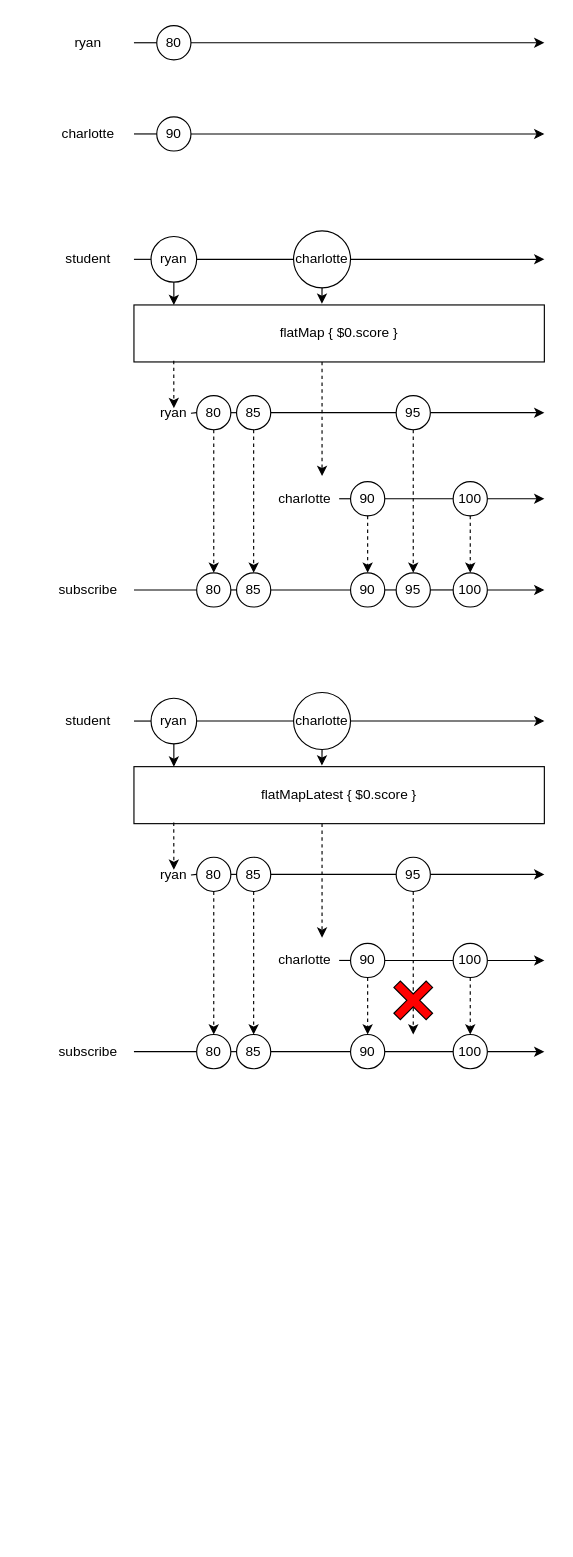
Before: Apple/RxSwift/OperatorPractice.drawio in dev-wimes/TIL, a draw.io diagram. Source tidied: cells renumbered, new cells numbered last; positions are measured from the earlier drawing's top-left corner, leaving out a move shared by most shapes. Both pictures are drawn from the tidied source at 114%, with x=0, y=0 at pixel (54, 19).
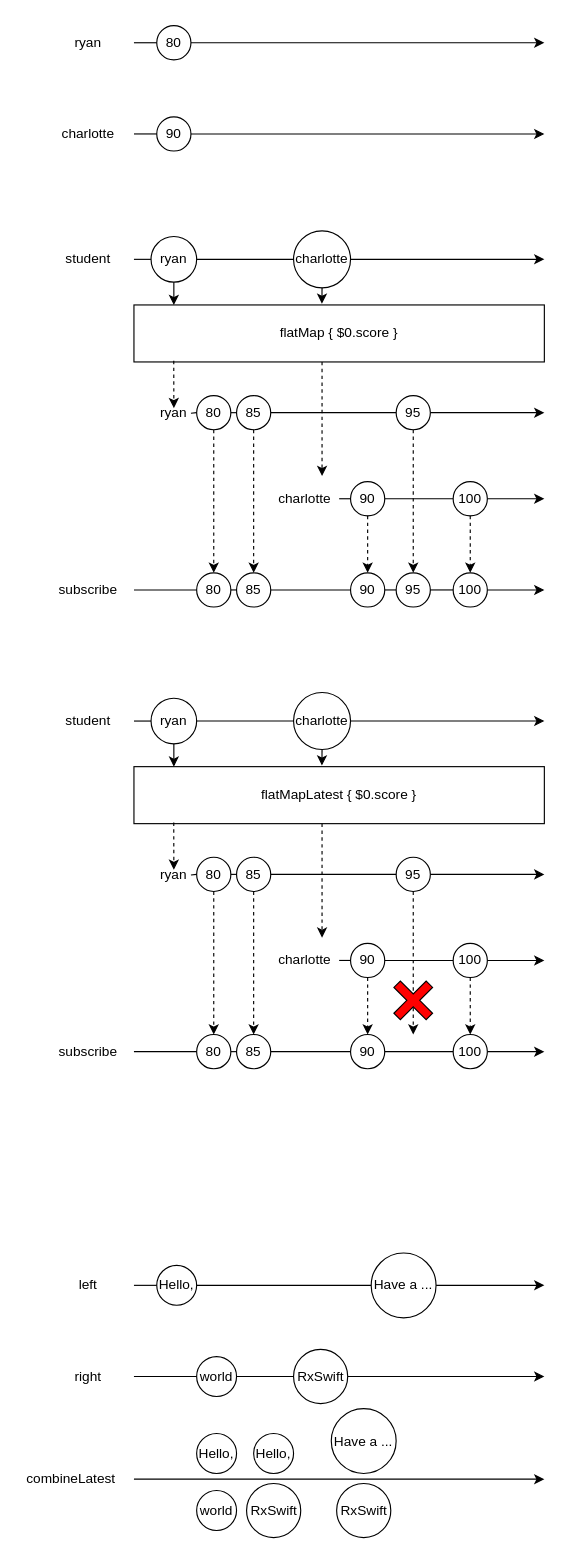
The same page after the edit.

Diff of the diagram source:
```diff
@@
+    <mxCell id="93" style="endArrow=classic;html=1;rounded=0;startArrow=none;" parent="1" edge="1" source="103">
+      <mxGeometry relative="1" as="geometry">
+        <mxPoint x="430" y="1110" as="targetPoint" />
+      </mxGeometry>
+    </mxCell>
+    <mxCell id="94" value="left" style="text;html=1;strokeColor=none;fillColor=none;align=center;verticalAlign=middle;whiteSpace=wrap;rounded=0;" parent="1" vertex="1">
+      <mxGeometry y="1090" width="60" height="40" as="geometry" />
+    </mxCell>
+    <mxCell id="95" value="Hello," style="ellipse;whiteSpace=wrap;html=1;" parent="1" vertex="1">
+      <mxGeometry x="90" y="1092.5" width="35" height="35" as="geometry" />
+    </mxCell>
+    <mxCell id="96" style="endArrow=none;html=1;rounded=0;" parent="1" edge="1" target="95">
+      <mxGeometry relative="1" as="geometry">
+        <mxPoint x="70" y="1110" as="sourcePoint" />
+      </mxGeometry>
+    </mxCell>
+    <mxCell id="97" style="endArrow=classic;html=1;rounded=0;startArrow=none;" parent="1" edge="1" source="101">
+      <mxGeometry relative="1" as="geometry">
+        <mxPoint x="430" y="1190" as="targetPoint" />
+      </mxGeometry>
+    </mxCell>
+    <mxCell id="98" value="right" style="text;html=1;strokeColor=none;fillColor=none;align=center;verticalAlign=middle;whiteSpace=wrap;rounded=0;" parent="1" vertex="1">
+      <mxGeometry y="1170" width="60" height="40" as="geometry" />
+    </mxCell>
+    <mxCell id="99" value="world" style="ellipse;whiteSpace=wrap;html=1;" parent="1" vertex="1">
+      <mxGeometry x="125" y="1172.5" width="35" height="35" as="geometry" />
+    </mxCell>
+    <mxCell id="100" style="endArrow=none;html=1;rounded=0;" parent="1" edge="1" target="99">
+      <mxGeometry relative="1" as="geometry">
+        <mxPoint x="70" y="1190" as="sourcePoint" />
+      </mxGeometry>
+    </mxCell>
+    <mxCell id="101" value="RxSwift" style="ellipse;whiteSpace=wrap;html=1;" parent="1" vertex="1">
+      <mxGeometry x="210" y="1166.2" width="47.5" height="47.5" as="geometry" />
+    </mxCell>
+    <mxCell id="102" style="endArrow=none;html=1;rounded=0;startArrow=none;" parent="1" edge="1" source="99" target="101">
+      <mxGeometry relative="1" as="geometry" />
+    </mxCell>
+    <mxCell id="103" value="Have a ..." style="ellipse;whiteSpace=wrap;html=1;" parent="1" vertex="1">
+      <mxGeometry x="278.1" y="1081.6" width="56.9" height="56.9" as="geometry" />
+    </mxCell>
+    <mxCell id="104" style="endArrow=none;html=1;rounded=0;startArrow=none;" parent="1" edge="1" source="95" target="103">
+      <mxGeometry relative="1" as="geometry" />
+    </mxCell>
+    <mxCell id="105" style="endArrow=classic;html=1;rounded=0;startArrow=none;" parent="1" edge="1">
+      <mxGeometry relative="1" as="geometry">
+        <mxPoint x="70" y="1280" as="sourcePoint" />
+        <mxPoint x="430" y="1280" as="targetPoint" />
+      </mxGeometry>
+    </mxCell>
+    <mxCell id="106" value="Hello," style="ellipse;whiteSpace=wrap;html=1;" parent="1" vertex="1">
+      <mxGeometry x="125" y="1240" width="35" height="35" as="geometry" />
+    </mxCell>
+    <mxCell id="107" value="world" style="ellipse;whiteSpace=wrap;html=1;" parent="1" vertex="1">
+      <mxGeometry x="125" y="1290" width="35" height="35" as="geometry" />
+    </mxCell>
+    <mxCell id="108" value="Hello," style="ellipse;whiteSpace=wrap;html=1;" parent="1" vertex="1">
+      <mxGeometry x="175" y="1240" width="35" height="35" as="geometry" />
+    </mxCell>
+    <mxCell id="109" value="RxSwift" style="ellipse;whiteSpace=wrap;html=1;" parent="1" vertex="1">
+      <mxGeometry x="168.8" y="1283.8" width="47.5" height="47.5" as="geometry" />
+    </mxCell>
+    <mxCell id="110" value="Have a ..." style="ellipse;whiteSpace=wrap;html=1;" parent="1" vertex="1">
+      <mxGeometry x="243.1" y="1218.1" width="56.9" height="56.9" as="geometry" />
+    </mxCell>
+    <mxCell id="111" value="RxSwift" style="ellipse;whiteSpace=wrap;html=1;" parent="1" vertex="1">
+      <mxGeometry x="247.8" y="1283.8" width="47.5" height="47.5" as="geometry" />
+    </mxCell>
+    <mxCell id="112" value="combineLatest" style="text;html=1;strokeColor=none;fillColor=none;align=center;verticalAlign=middle;whiteSpace=wrap;rounded=0;" parent="1" vertex="1">
+      <mxGeometry x="-30" y="1260" width="90" height="40" as="geometry" />
+    </mxCell>
```
